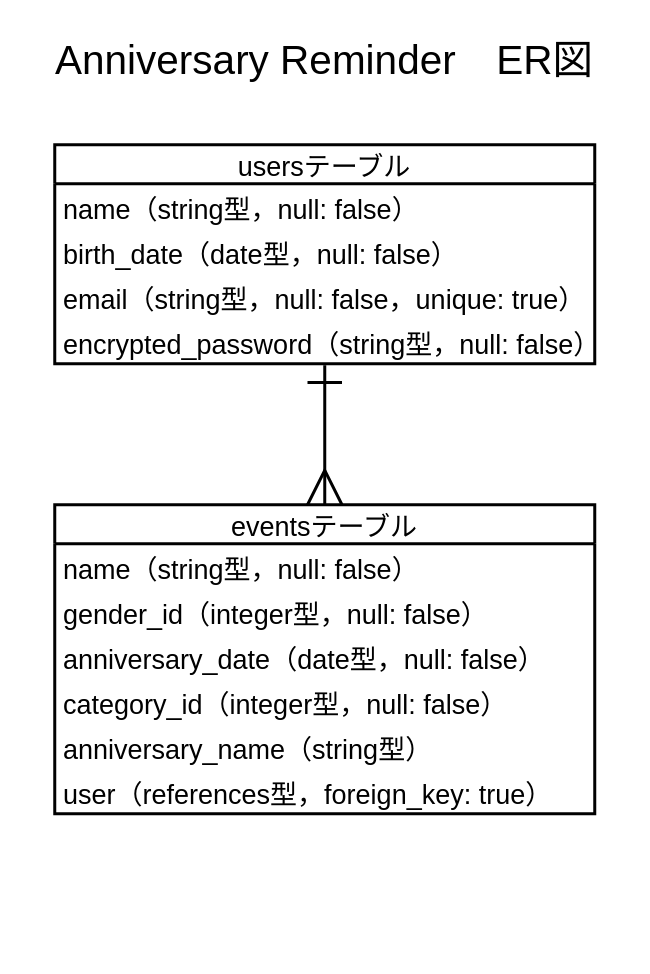
The draw.io diagram ER-diagram.dio in Hammer0369/anniversary-reminder, before the edit. Source tidied: cells renumbered, new cells numbered last; positions are measured from the earlier drawing's top-left corner, leaving out a move shared by most shapes. Both pictures are drawn from the tidied source at 150%, with x=0, y=0 at pixel (24, 24).
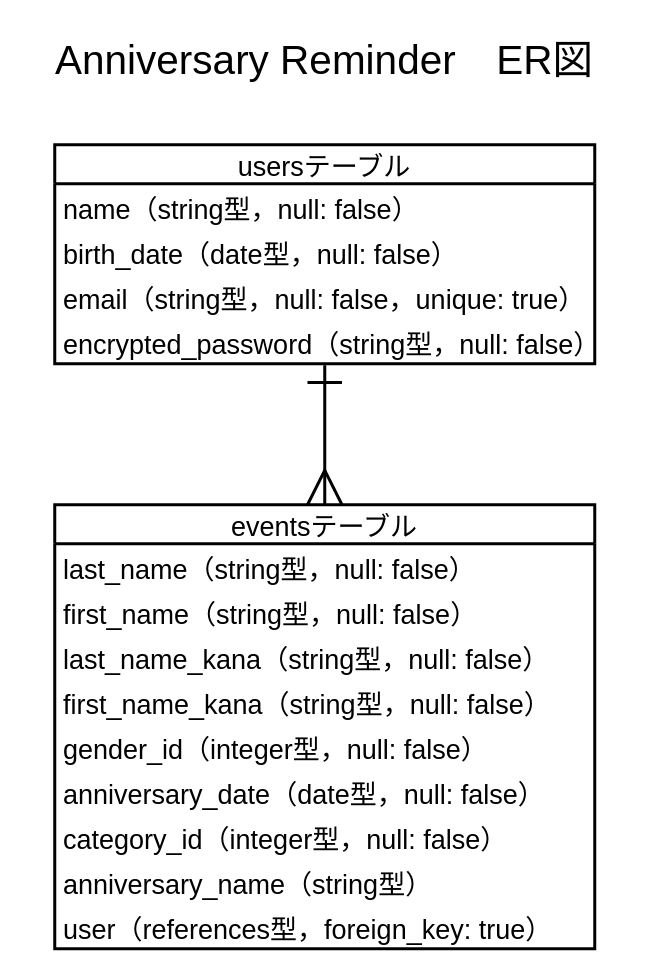
The same page after the edit.

What changed in the source:
```diff
@@
 <mxGraphModel>
   <root>
     <mxCell id="0" />
     <mxCell id="1" parent="0" />
     <mxCell id="2" value="Anniversary Reminder　ER図" style="text;strokeColor=none;fillColor=none;spacingLeft=4;spacingRight=4;overflow=hidden;fontSize=27;align=center;strokeWidth=2;" parent="1" vertex="1">
       <mxGeometry width="400" height="40" as="geometry" />
     </mxCell>
     <mxCell id="3" value="usersテーブル" style="swimlane;fontStyle=0;horizontal=1;startSize=26;align=center;fontSize=18;strokeWidth=2;" parent="1" vertex="1">
       <mxGeometry x="20" y="80" width="360" height="146" as="geometry" />
     </mxCell>
     <mxCell id="4" value="name（string型，null: false）" style="text;strokeColor=none;fillColor=none;spacingLeft=4;spacingRight=4;overflow=hidden;fontSize=18;" parent="3" vertex="1">
       <mxGeometry y="26" width="360" height="30" as="geometry" />
     </mxCell>
     <mxCell id="5" value="birth_date（date型，null: false）" style="text;strokeColor=none;fillColor=none;spacingLeft=4;spacingRight=4;overflow=hidden;fontSize=18;" parent="3" vertex="1">
       <mxGeometry y="56" width="360" height="30" as="geometry" />
     </mxCell>
     <mxCell id="6" value="email（string型，null: false，unique: true）" style="text;strokeColor=none;fillColor=none;spacingLeft=4;spacingRight=4;overflow=hidden;fontSize=18;" parent="3" vertex="1">
       <mxGeometry y="86" width="360" height="30" as="geometry" />
     </mxCell>
     <mxCell id="7" value="encrypted_password（string型，null: false）" style="text;strokeColor=none;fillColor=none;spacingLeft=4;spacingRight=4;overflow=hidden;points=[[0,0.5],[1,0.5]];portConstraint=eastwest;fontSize=18;" parent="3" vertex="1">
       <mxGeometry y="116" width="360" height="30" as="geometry" />
     </mxCell>
     <mxCell id="8" value="eventsテーブル" style="swimlane;fontStyle=0;horizontal=1;startSize=26;align=center;fontSize=18;strokeWidth=2;" parent="1" vertex="1">
-      <mxGeometry x="20" y="320" width="360" height="206" as="geometry" />
+      <mxGeometry x="20" y="320" width="360" height="296" as="geometry" />
     </mxCell>
-    <mxCell id="9" value="name（string型，null: false）" style="text;strokeColor=none;fillColor=none;spacingLeft=4;spacingRight=4;overflow=hidden;fontSize=18;" parent="8" vertex="1">
+    <mxCell id="9" value="last_name（string型，null: false）" style="text;strokeColor=none;fillColor=none;spacingLeft=4;spacingRight=4;overflow=hidden;fontSize=18;" parent="8" vertex="1">
       <mxGeometry y="26" width="360" height="30" as="geometry" />
     </mxCell>
+    <mxCell id="16" value="first_name（string型，null: false）" style="text;strokeColor=none;fillColor=none;spacingLeft=4;spacingRight=4;overflow=hidden;fontSize=18;" parent="8" vertex="1">
+      <mxGeometry y="56" width="360" height="30" as="geometry" />
+    </mxCell>
+    <mxCell id="17" value="last_name_kana（string型，null: false）" style="text;strokeColor=none;fillColor=none;spacingLeft=4;spacingRight=4;overflow=hidden;fontSize=18;" parent="8" vertex="1">
+      <mxGeometry y="86" width="360" height="30" as="geometry" />
+    </mxCell>
+    <mxCell id="18" value="first_name_kana（string型，null: false）" style="text;strokeColor=none;fillColor=none;spacingLeft=4;spacingRight=4;overflow=hidden;fontSize=18;" parent="8" vertex="1">
+      <mxGeometry y="116" width="360" height="30" as="geometry" />
+    </mxCell>
     <mxCell id="10" value="gender_id（integer型，null: false）" style="text;strokeColor=none;fillColor=none;spacingLeft=4;spacingRight=4;overflow=hidden;fontSize=18;" parent="8" vertex="1">
-      <mxGeometry y="56" width="360" height="30" as="geometry" />
+      <mxGeometry y="146" width="360" height="30" as="geometry" />
     </mxCell>
     <mxCell id="11" value="anniversary_date（date型，null: false）" style="text;strokeColor=none;fillColor=none;spacingLeft=4;spacingRight=4;overflow=hidden;fontSize=18;" parent="8" vertex="1">
-      <mxGeometry y="86" width="360" height="30" as="geometry" />
+      <mxGeometry y="176" width="360" height="30" as="geometry" />
     </mxCell>
     <mxCell id="12" value="category_id（integer型，null: false）" style="text;strokeColor=none;fillColor=none;spacingLeft=4;spacingRight=4;overflow=hidden;fontSize=18;" parent="8" vertex="1">
-      <mxGeometry y="116" width="360" height="30" as="geometry" />
+      <mxGeometry y="206" width="360" height="30" as="geometry" />
     </mxCell>
     <mxCell id="13" value="anniversary_name（string型）" style="text;strokeColor=none;fillColor=none;spacingLeft=4;spacingRight=4;overflow=hidden;fontSize=18;" parent="8" vertex="1">
-      <mxGeometry y="146" width="360" height="30" as="geometry" />
+      <mxGeometry y="236" width="360" height="30" as="geometry" />
     </mxCell>
     <mxCell id="14" value="user（references型，foreign_key: true）" style="text;strokeColor=none;fillColor=none;spacingLeft=4;spacingRight=4;overflow=hidden;fontSize=18;" parent="8" vertex="1">
-      <mxGeometry y="176" width="360" height="30" as="geometry" />
+      <mxGeometry y="266" width="360" height="30" as="geometry" />
     </mxCell>
     <mxCell id="15" style="edgeStyle=orthogonalEdgeStyle;rounded=0;jettySize=auto;html=1;exitX=0.5;exitY=0;exitDx=0;exitDy=0;entryX=0.5;entryY=1.033;entryDx=0;entryDy=0;fontSize=18;startSize=20;endSize=20;strokeWidth=2;startArrow=ERmany;startFill=0;endArrow=ERone;endFill=0;entryPerimeter=0;" parent="1" edge="1" source="8" target="7">
       <mxGeometry relative="1" as="geometry" />
     </mxCell>
   </root>
 </mxGraphModel>
```
